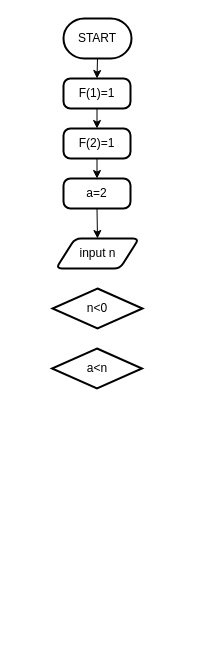
The draw.io diagram page "Page-2" (2 of 2) of Untitled Diagram.drawio in Zh1Y1L1/CSD, before the edit. Source tidied: cells renumbered, new cells numbered last; positions are measured from the earlier drawing's top-left corner, leaving out a move shared by most shapes. Both pictures are drawn from the tidied source at 100%, with x=0, y=0 at pixel (52, 18).
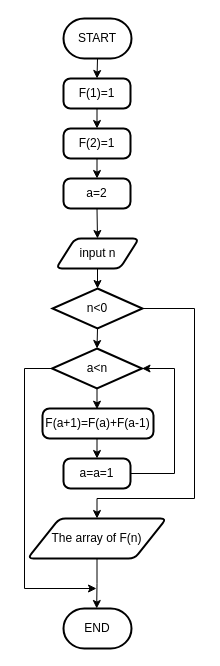
After the change.

Commit message:
Fibonacci Array_Flowchart

The change refers to these unchanged cells:
```xml
<mxCell id="4" value="input n" style="shape=parallelogram;html=1;strokeWidth=2;perimeter=parallelogramPerimeter;whiteSpace=wrap;rounded=1;arcSize=12;size=0.23;" parent="1" vertex="1">
  <mxGeometry x="3.5" y="220" width="83" height="30" as="geometry" />
</mxCell>
<mxCell id="11" value="n&amp;lt;0" style="strokeWidth=2;html=1;shape=mxgraph.flowchart.decision;whiteSpace=wrap;" parent="1" vertex="1">
  <mxGeometry y="270" width="90" height="40" as="geometry" />
</mxCell>
<mxCell id="12" value="a&amp;lt;n" style="strokeWidth=2;html=1;shape=mxgraph.flowchart.decision;whiteSpace=wrap;" parent="1" vertex="1">
  <mxGeometry x="-0.5" y="330" width="90" height="40" as="geometry" />
</mxCell>
```

What changed in the source:
```diff
@@
+    <mxCell id="13" style="edgeStyle=orthogonalEdgeStyle;rounded=0;jettySize=auto;html=1;exitX=0.5;exitY=1;exitDx=0;exitDy=0;entryX=0.5;entryY=0;entryDx=0;entryDy=0;entryPerimeter=0;" parent="1" edge="1" source="4" target="11">
+      <mxGeometry relative="1" as="geometry" />
+    </mxCell>
@@
+    <mxCell id="14" style="edgeStyle=orthogonalEdgeStyle;rounded=0;jettySize=auto;html=1;exitX=0.5;exitY=1;exitDx=0;exitDy=0;exitPerimeter=0;entryX=0.5;entryY=0;entryDx=0;entryDy=0;entryPerimeter=0;" parent="1" edge="1" source="11" target="12">
+      <mxGeometry relative="1" as="geometry" />
+    </mxCell>
+    <mxCell id="15" style="edgeStyle=orthogonalEdgeStyle;rounded=0;jettySize=auto;html=1;exitX=1;exitY=0.5;exitDx=0;exitDy=0;exitPerimeter=0;entryX=0.5;entryY=0;entryDx=0;entryDy=0;" parent="1" edge="1" source="11" target="23">
+      <mxGeometry relative="1" as="geometry">
+        <Array as="points">
+          <mxPoint x="142" y="290" />
+          <mxPoint x="142" y="480" />
+          <mxPoint x="44" y="480" />
+        </Array>
+      </mxGeometry>
+    </mxCell>
@@
+    <mxCell id="16" style="edgeStyle=orthogonalEdgeStyle;rounded=0;jettySize=auto;html=1;exitX=0.5;exitY=1;exitDx=0;exitDy=0;exitPerimeter=0;entryX=0.491;entryY=0.024;entryDx=0;entryDy=0;entryPerimeter=0;" parent="1" edge="1" source="12" target="19">
+      <mxGeometry relative="1" as="geometry" />
+    </mxCell>
+    <mxCell id="17" style="edgeStyle=orthogonalEdgeStyle;rounded=0;jettySize=auto;html=1;exitX=0;exitY=0.5;exitDx=0;exitDy=0;exitPerimeter=0;" parent="1" edge="1" source="12">
+      <mxGeometry relative="1" as="geometry">
+        <mxPoint x="44" y="570" as="targetPoint" />
+        <Array as="points">
+          <mxPoint x="-28" y="350" />
+          <mxPoint x="-28" y="570" />
+        </Array>
+      </mxGeometry>
+    </mxCell>
@@
+    <mxCell id="18" style="edgeStyle=orthogonalEdgeStyle;rounded=0;jettySize=auto;html=1;exitX=0.5;exitY=1;exitDx=0;exitDy=0;entryX=0.5;entryY=0;entryDx=0;entryDy=0;" parent="1" edge="1" source="19" target="21">
+      <mxGeometry relative="1" as="geometry" />
+    </mxCell>
+    <mxCell id="19" value="F(a+1)=F(a)+F(a-1)" style="rounded=1;whiteSpace=wrap;html=1;absoluteArcSize=1;arcSize=14;strokeWidth=2;" parent="1" vertex="1">
+      <mxGeometry x="-10" y="390" width="111" height="30" as="geometry" />
+    </mxCell>
+    <mxCell id="20" style="edgeStyle=orthogonalEdgeStyle;rounded=0;jettySize=auto;html=1;exitX=1;exitY=0.5;exitDx=0;exitDy=0;entryX=1;entryY=0.5;entryDx=0;entryDy=0;entryPerimeter=0;" parent="1" edge="1" source="21" target="12">
+      <mxGeometry relative="1" as="geometry">
+        <Array as="points">
+          <mxPoint x="122" y="455" />
+          <mxPoint x="122" y="350" />
+        </Array>
+      </mxGeometry>
+    </mxCell>
+    <mxCell id="21" value="a=a=1" style="rounded=1;whiteSpace=wrap;html=1;absoluteArcSize=1;arcSize=14;strokeWidth=2;" parent="1" vertex="1">
+      <mxGeometry x="11" y="440" width="67" height="30" as="geometry" />
+    </mxCell>
+    <mxCell id="22" style="edgeStyle=orthogonalEdgeStyle;rounded=0;jettySize=auto;html=1;exitX=0.5;exitY=1;exitDx=0;exitDy=0;" parent="1" edge="1" source="23">
+      <mxGeometry relative="1" as="geometry">
+        <mxPoint x="44.2" y="590" as="targetPoint" />
+      </mxGeometry>
+    </mxCell>
+    <mxCell id="23" value="The array of F(n)" style="shape=parallelogram;html=1;strokeWidth=2;perimeter=parallelogramPerimeter;whiteSpace=wrap;rounded=1;arcSize=12;size=0.23;" parent="1" vertex="1">
+      <mxGeometry x="-25" y="500" width="139" height="40" as="geometry" />
+    </mxCell>
+    <mxCell id="24" value="END" style="strokeWidth=2;html=1;shape=mxgraph.flowchart.terminator;whiteSpace=wrap;" parent="1" vertex="1">
+      <mxGeometry x="11" y="590" width="68" height="40" as="geometry" />
+    </mxCell>
```
